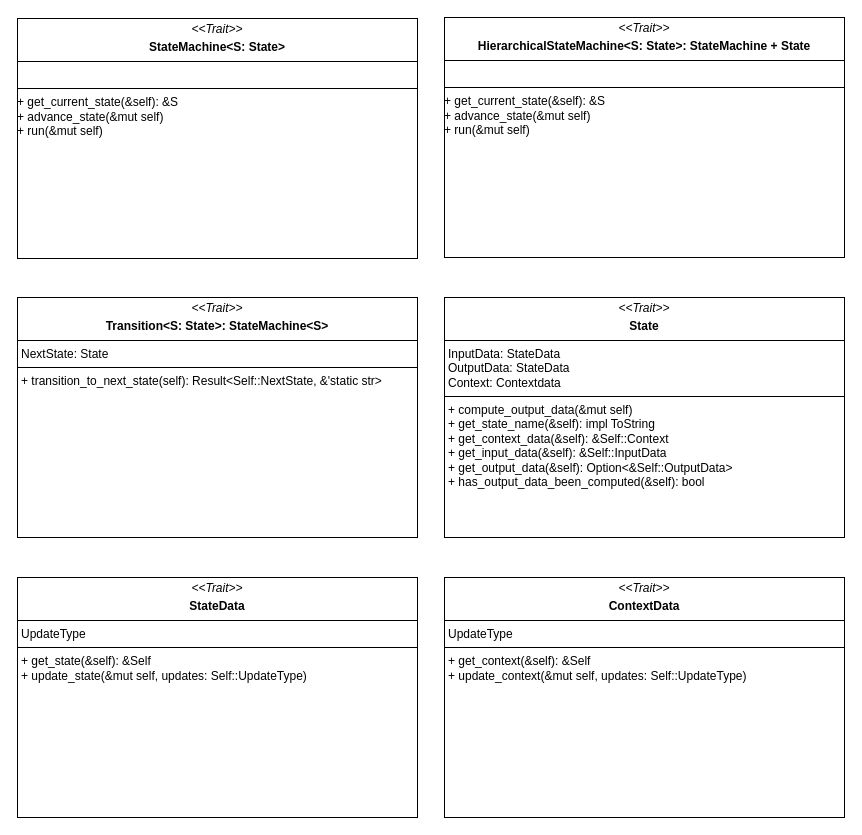
DeCa09/state_machine keeps this draw.io diagram as design/uml_class_diagram/state_machine.drawio. Above is the earlier version. Source tidied: cells renumbered, new cells numbered last; positions are measured from the earlier drawing's top-left corner, leaving out a move shared by most shapes. Both pictures are drawn from the tidied source at 100%, with x=0, y=0 at pixel (17, 17).
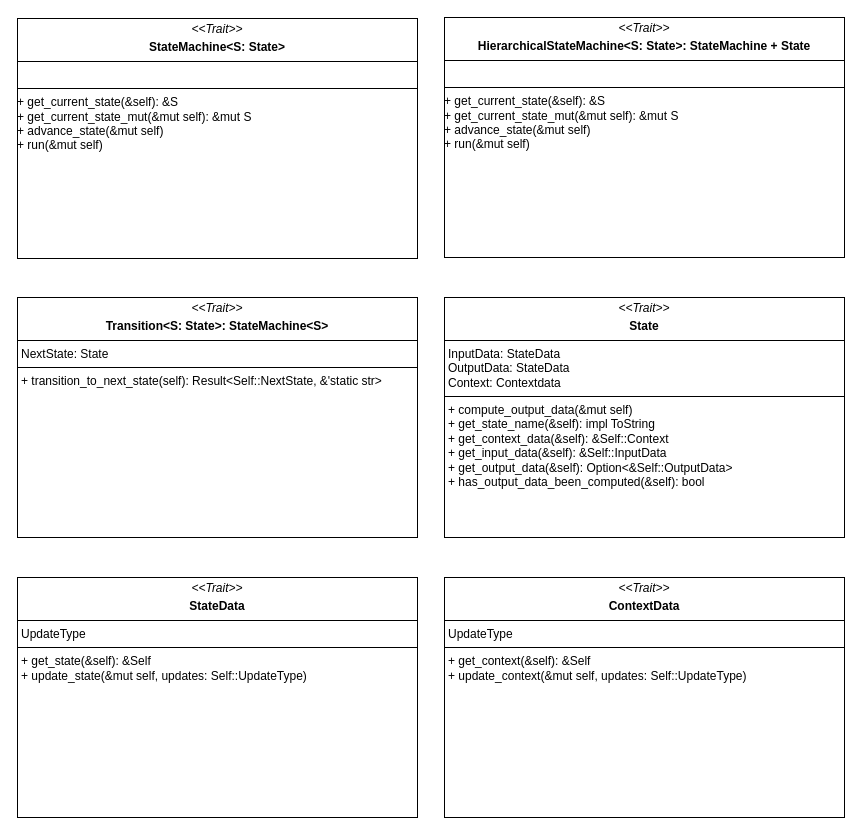
The same page after the edit.

Commit message (it also covers changes not shown here):
design: update desing documents

The edit, as a diff of the source:
```diff
@@
 <mxGraphModel>
   <root>
     <mxCell id="0" />
     <mxCell id="1" parent="0" />
     <mxCell id="2" value="&lt;p style=&quot;margin:0px;margin-top:4px;text-align:center;&quot;&gt;&lt;i&gt;&amp;lt;&amp;lt;Trait&amp;gt;&amp;gt;&lt;/i&gt;&lt;/p&gt;&lt;p style=&quot;margin:0px;margin-top:4px;text-align:center;&quot;&gt;&lt;b&gt;State&lt;/b&gt;&lt;br&gt;&lt;/p&gt;&lt;hr size=&quot;1&quot; style=&quot;border-style:solid;&quot;&gt;&lt;p style=&quot;margin:0px;margin-left:4px;&quot;&gt;InputData: StateData&lt;br&gt;OutputData: StateData&lt;/p&gt;&lt;p style=&quot;margin:0px;margin-left:4px;&quot;&gt;Context: Contextdata&lt;br&gt;&lt;/p&gt;&lt;hr size=&quot;1&quot; style=&quot;border-style:solid;&quot;&gt;&lt;p style=&quot;margin:0px;margin-left:4px;&quot;&gt;+ compute_output_data(&amp;amp;mut self)&lt;/p&gt;&lt;p style=&quot;margin:0px;margin-left:4px;&quot;&gt;+ get_state_name(&amp;amp;self): impl ToString&lt;br&gt;&lt;/p&gt;&lt;p style=&quot;margin:0px;margin-left:4px;&quot;&gt;+ get_context_data(&amp;amp;self): &amp;amp;Self::Context&lt;/p&gt;&lt;p style=&quot;margin:0px;margin-left:4px;&quot;&gt;+ get_input_data(&amp;amp;self): &amp;amp;Self::InputData&lt;/p&gt;&lt;p style=&quot;margin:0px;margin-left:4px;&quot;&gt;+ get_output_data(&amp;amp;self): Option&amp;lt;&amp;amp;Self::OutputData&amp;gt;&lt;/p&gt;&lt;p style=&quot;margin:0px;margin-left:4px;&quot;&gt;+ has_output_data_been_computed(&amp;amp;self): bool&lt;/p&gt;&lt;p style=&quot;margin:0px;margin-left:4px;&quot;&gt;&lt;/p&gt;&lt;p style=&quot;margin:0px;margin-left:4px;&quot;&gt;&lt;/p&gt;&lt;p style=&quot;margin:0px;margin-left:4px;&quot;&gt;&lt;/p&gt;" style="verticalAlign=top;align=left;overflow=fill;html=1;whiteSpace=wrap;" parent="1" vertex="1">
       <mxGeometry x="427" y="280" width="400" height="240" as="geometry" />
     </mxCell>
     <mxCell id="3" value="&lt;p style=&quot;margin:0px;margin-top:4px;text-align:center;&quot;&gt;&lt;i&gt;&amp;lt;&amp;lt;Trait&amp;gt;&amp;gt;&lt;/i&gt;&lt;/p&gt;&lt;p style=&quot;margin:0px;margin-top:4px;text-align:center;&quot;&gt;&lt;b&gt;ContextData&lt;/b&gt;&lt;br&gt;&lt;/p&gt;&lt;hr size=&quot;1&quot; style=&quot;border-style:solid;&quot;&gt;&lt;p style=&quot;margin:0px;margin-left:4px;&quot;&gt;UpdateType&lt;br&gt;&lt;/p&gt;&lt;hr size=&quot;1&quot; style=&quot;border-style:solid;&quot;&gt;&lt;p style=&quot;margin:0px;margin-left:4px;&quot;&gt;+ get_context(&amp;amp;self): &amp;amp;Self&lt;br&gt;&lt;/p&gt;&lt;p style=&quot;margin:0px;margin-left:4px;&quot;&gt;+ update_context(&amp;amp;mut self, updates: Self::UpdateType)&lt;/p&gt;&lt;p style=&quot;margin:0px;margin-left:4px;&quot;&gt;&lt;br&gt;&lt;/p&gt;&lt;p style=&quot;margin:0px;margin-left:4px;&quot;&gt;&lt;/p&gt;&lt;p style=&quot;margin:0px;margin-left:4px;&quot;&gt;&lt;/p&gt;&lt;p style=&quot;margin:0px;margin-left:4px;&quot;&gt;&lt;/p&gt;" style="verticalAlign=top;align=left;overflow=fill;html=1;whiteSpace=wrap;" parent="1" vertex="1">
       <mxGeometry x="427" y="560" width="400" height="240" as="geometry" />
     </mxCell>
     <mxCell id="4" value="&lt;p style=&quot;margin:0px;margin-top:4px;text-align:center;&quot;&gt;&lt;i&gt;&amp;lt;&amp;lt;Trait&amp;gt;&amp;gt;&lt;/i&gt;&lt;/p&gt;&lt;p style=&quot;margin:0px;margin-top:4px;text-align:center;&quot;&gt;&lt;b&gt;StateData&lt;/b&gt;&lt;br&gt;&lt;/p&gt;&lt;hr size=&quot;1&quot; style=&quot;border-style:solid;&quot;&gt;&lt;p style=&quot;margin:0px;margin-left:4px;&quot;&gt;UpdateType&lt;br&gt;&lt;/p&gt;&lt;hr size=&quot;1&quot; style=&quot;border-style:solid;&quot;&gt;&lt;p style=&quot;margin:0px;margin-left:4px;&quot;&gt;+ get_state(&amp;amp;self): &amp;amp;Self&lt;br&gt;&lt;/p&gt;&lt;p style=&quot;margin:0px;margin-left:4px;&quot;&gt;+ update_state(&amp;amp;mut self, updates: Self::UpdateType)&lt;/p&gt;&lt;p style=&quot;margin:0px;margin-left:4px;&quot;&gt;&lt;br&gt;&lt;/p&gt;&lt;p style=&quot;margin:0px;margin-left:4px;&quot;&gt;&lt;/p&gt;&lt;p style=&quot;margin:0px;margin-left:4px;&quot;&gt;&lt;/p&gt;&lt;p style=&quot;margin:0px;margin-left:4px;&quot;&gt;&lt;/p&gt;" style="verticalAlign=top;align=left;overflow=fill;html=1;whiteSpace=wrap;" parent="1" vertex="1">
       <mxGeometry y="560" width="400" height="240" as="geometry" />
     </mxCell>
-    <mxCell id="5" value="&lt;p style=&quot;margin:0px;margin-top:4px;text-align:center;&quot;&gt;&lt;i&gt;&amp;lt;&amp;lt;Trait&amp;gt;&amp;gt;&lt;/i&gt;&lt;/p&gt;&lt;p style=&quot;margin:0px;margin-top:4px;text-align:center;&quot;&gt;&lt;b&gt;StateMachine&amp;lt;S: State&amp;gt;&lt;/b&gt;&lt;br&gt;&lt;/p&gt;&lt;hr size=&quot;1&quot; style=&quot;border-style:solid;&quot;&gt;&lt;br&gt;&lt;hr size=&quot;1&quot; style=&quot;border-style:solid;&quot;&gt;&lt;div&gt;+ get_current_state(&amp;amp;self): &amp;amp;S&lt;br&gt;&lt;/div&gt;&lt;div&gt;+ advance_state(&amp;amp;mut self)&lt;/div&gt;&lt;div&gt;+ run(&amp;amp;mut self)&lt;/div&gt;&lt;p style=&quot;margin:0px;margin-left:4px;&quot;&gt;&lt;/p&gt;&lt;p style=&quot;margin:0px;margin-left:4px;&quot;&gt;&lt;/p&gt;&lt;p style=&quot;margin:0px;margin-left:4px;&quot;&gt;&lt;/p&gt;" style="verticalAlign=top;align=left;overflow=fill;html=1;whiteSpace=wrap;" parent="1" vertex="1">
+    <mxCell id="5" value="&lt;p style=&quot;margin:0px;margin-top:4px;text-align:center;&quot;&gt;&lt;i&gt;&amp;lt;&amp;lt;Trait&amp;gt;&amp;gt;&lt;/i&gt;&lt;/p&gt;&lt;p style=&quot;margin:0px;margin-top:4px;text-align:center;&quot;&gt;&lt;b&gt;StateMachine&amp;lt;S: State&amp;gt;&lt;/b&gt;&lt;br&gt;&lt;/p&gt;&lt;hr size=&quot;1&quot; style=&quot;border-style:solid;&quot;&gt;&lt;br&gt;&lt;hr size=&quot;1&quot; style=&quot;border-style:solid;&quot;&gt;&lt;div&gt;+ get_current_state(&amp;amp;self): &amp;amp;S&lt;/div&gt;&lt;div&gt;+ get_current_state_mut(&amp;amp;mut self): &amp;amp;mut S&lt;br&gt;&lt;/div&gt;&lt;div&gt;+ advance_state(&amp;amp;mut self)&lt;/div&gt;&lt;div&gt;+ run(&amp;amp;mut self)&lt;/div&gt;&lt;p style=&quot;margin:0px;margin-left:4px;&quot;&gt;&lt;/p&gt;&lt;p style=&quot;margin:0px;margin-left:4px;&quot;&gt;&lt;/p&gt;&lt;p style=&quot;margin:0px;margin-left:4px;&quot;&gt;&lt;/p&gt;" style="verticalAlign=top;align=left;overflow=fill;html=1;whiteSpace=wrap;" parent="1" vertex="1">
       <mxGeometry y="1" width="400" height="240" as="geometry" />
     </mxCell>
     <mxCell id="6" value="&lt;p style=&quot;margin:0px;margin-top:4px;text-align:center;&quot;&gt;&lt;i&gt;&amp;lt;&amp;lt;Trait&amp;gt;&amp;gt;&lt;/i&gt;&lt;/p&gt;&lt;p style=&quot;margin:0px;margin-top:4px;text-align:center;&quot;&gt;&lt;b&gt;Transition&amp;lt;S: State&amp;gt;: StateMachine&amp;lt;S&amp;gt;&lt;/b&gt;&lt;br&gt;&lt;/p&gt;&lt;hr size=&quot;1&quot; style=&quot;border-style:solid;&quot;&gt;&lt;p style=&quot;margin:0px;margin-left:4px;&quot;&gt;NextState: State&lt;/p&gt;&lt;hr size=&quot;1&quot; style=&quot;border-style:solid;&quot;&gt;&lt;p style=&quot;margin:0px;margin-left:4px;&quot;&gt;+ transition_to_next_state(self): Result&amp;lt;Self::NextState, &amp;amp;'static str&amp;gt;&lt;br&gt;&lt;/p&gt;&lt;p style=&quot;margin:0px;margin-left:4px;&quot;&gt;&lt;/p&gt;&lt;p style=&quot;margin:0px;margin-left:4px;&quot;&gt;&lt;/p&gt;&lt;p style=&quot;margin:0px;margin-left:4px;&quot;&gt;&lt;/p&gt;" style="verticalAlign=top;align=left;overflow=fill;html=1;whiteSpace=wrap;" parent="1" vertex="1">
       <mxGeometry y="280" width="400" height="240" as="geometry" />
     </mxCell>
-    <mxCell id="7" value="&lt;p style=&quot;margin:0px;margin-top:4px;text-align:center;&quot;&gt;&lt;i&gt;&amp;lt;&amp;lt;Trait&amp;gt;&amp;gt;&lt;/i&gt;&lt;/p&gt;&lt;p style=&quot;margin:0px;margin-top:4px;text-align:center;&quot;&gt;&lt;b&gt;HierarchicalStateMachine&amp;lt;S: State&amp;gt;: StateMachine + State&lt;/b&gt;&lt;br&gt;&lt;/p&gt;&lt;hr size=&quot;1&quot; style=&quot;border-style:solid;&quot;&gt;&lt;br&gt;&lt;hr size=&quot;1&quot; style=&quot;border-style:solid;&quot;&gt;&lt;div&gt;+ get_current_state(&amp;amp;self): &amp;amp;S&lt;br&gt;&lt;/div&gt;&lt;div&gt;+ advance_state(&amp;amp;mut self)&lt;/div&gt;&lt;div&gt;+ run(&amp;amp;mut self)&lt;/div&gt;&lt;p style=&quot;margin:0px;margin-left:4px;&quot;&gt;&lt;/p&gt;&lt;p style=&quot;margin:0px;margin-left:4px;&quot;&gt;&lt;/p&gt;&lt;p style=&quot;margin:0px;margin-left:4px;&quot;&gt;&lt;/p&gt;" style="verticalAlign=top;align=left;overflow=fill;html=1;whiteSpace=wrap;" parent="1" vertex="1">
+    <mxCell id="7" value="&lt;p style=&quot;margin:0px;margin-top:4px;text-align:center;&quot;&gt;&lt;i&gt;&amp;lt;&amp;lt;Trait&amp;gt;&amp;gt;&lt;/i&gt;&lt;/p&gt;&lt;p style=&quot;margin:0px;margin-top:4px;text-align:center;&quot;&gt;&lt;b&gt;HierarchicalStateMachine&amp;lt;S: State&amp;gt;: StateMachine + State&lt;/b&gt;&lt;br&gt;&lt;/p&gt;&lt;hr size=&quot;1&quot; style=&quot;border-style:solid;&quot;&gt;&lt;br&gt;&lt;hr size=&quot;1&quot; style=&quot;border-style:solid;&quot;&gt;&lt;div&gt;+ get_current_state(&amp;amp;self): &amp;amp;S&lt;/div&gt;&lt;div&gt;+ get_current_state_mut(&amp;amp;mut self): &amp;amp;mut S&lt;/div&gt;&lt;div&gt;+ advance_state(&amp;amp;mut self)&lt;/div&gt;&lt;div&gt;+ run(&amp;amp;mut self)&lt;/div&gt;&lt;p style=&quot;margin:0px;margin-left:4px;&quot;&gt;&lt;/p&gt;&lt;p style=&quot;margin:0px;margin-left:4px;&quot;&gt;&lt;/p&gt;&lt;p style=&quot;margin:0px;margin-left:4px;&quot;&gt;&lt;/p&gt;" style="verticalAlign=top;align=left;overflow=fill;html=1;whiteSpace=wrap;" parent="1" vertex="1">
       <mxGeometry x="427" width="400" height="240" as="geometry" />
     </mxCell>
   </root>
 </mxGraphModel>
```
